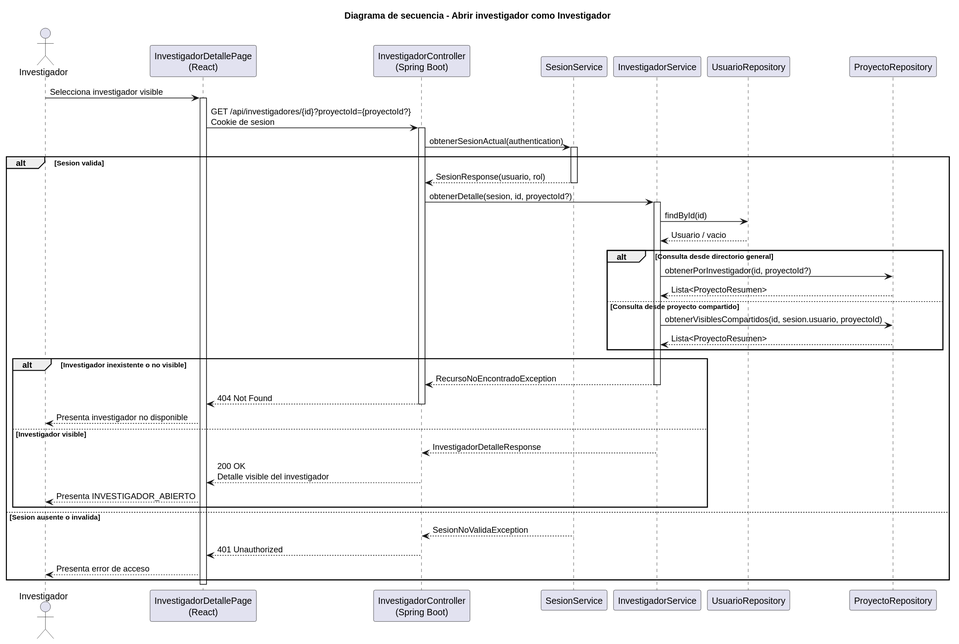
beatriizorozco/25-26-idsw2-sdVC keeps this PlantUML diagram as images/RUP/02-diseño/casos-uso/investigador/abrirInvestigador/secuencia.svg. Above is the earlier version.
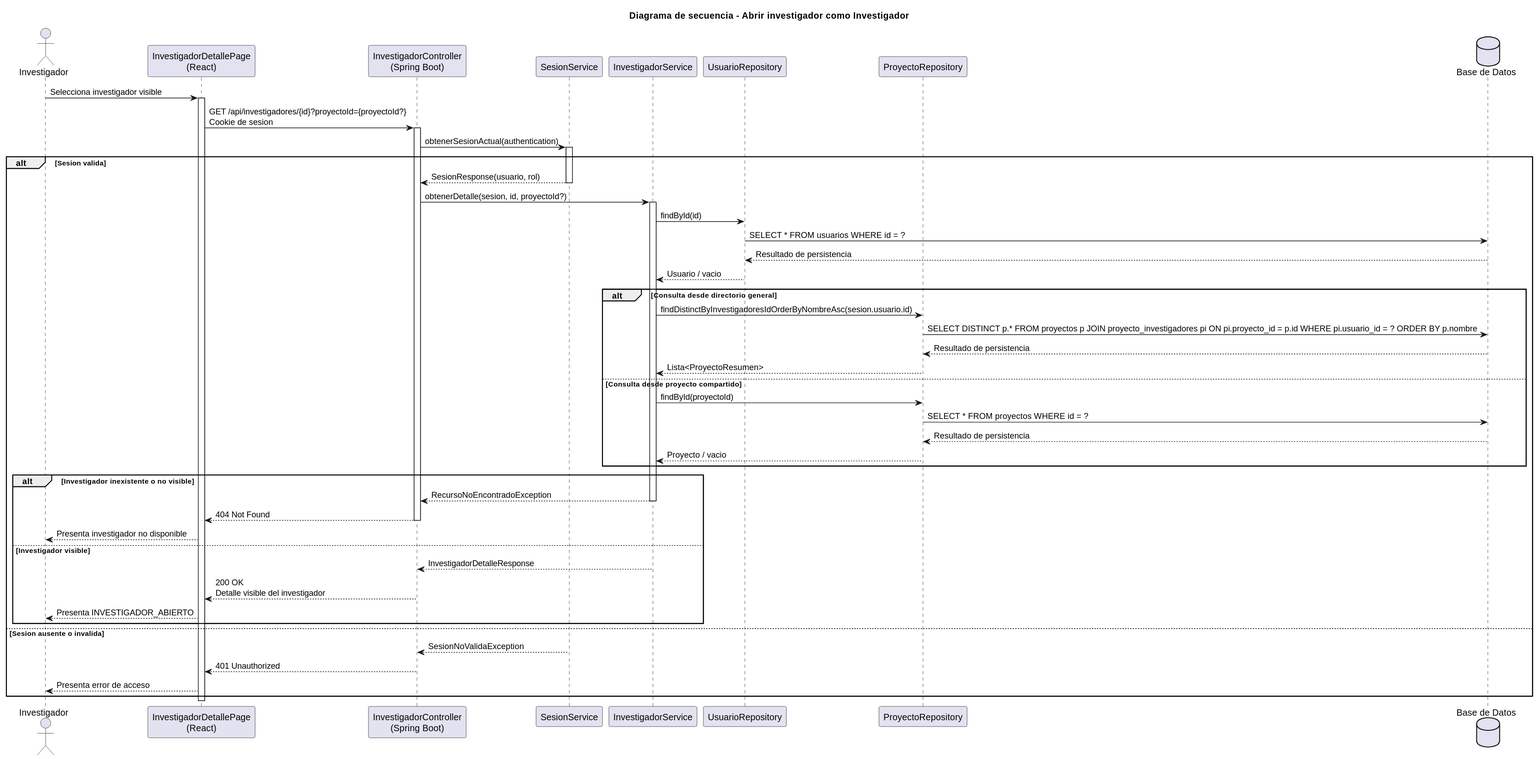
The same diagram one commit later.

Change to the diagram source:
```diff
@@ -8,6 +8,7 @@
 participant "InvestigadorService" as Service
 participant "UsuarioRepository" as UsuarioRepo
 participant "ProyectoRepository" as ProyectoRepo
+database "Base de Datos" as DB
 
 Investigador -> Frontend: Selecciona investigador visible
 activate Frontend
@@ -21,13 +22,19 @@
     Api -> Service: obtenerDetalle(sesion, id, proyectoId?)
     activate Service
     Service -> UsuarioRepo: findById(id)
+    UsuarioRepo -> DB: SELECT * FROM usuarios WHERE id = ?
+    DB --> UsuarioRepo: Resultado de persistencia
     UsuarioRepo --> Service: Usuario / vacio
     alt Consulta desde directorio general
-        Service -> ProyectoRepo: obtenerPorInvestigador(id, proyectoId?)
+        Service -> ProyectoRepo: findDistinctByInvestigadoresIdOrderByNombreAsc(sesion.usuario.id)
+        ProyectoRepo -> DB: SELECT DISTINCT p.* FROM proyectos p JOIN proyecto_investigadores pi ON pi.proyecto_id = p.id WHERE pi.usuario_id = ? ORDER BY p.nombre
+        DB --> ProyectoRepo: Resultado de persistencia
         ProyectoRepo --> Service: Lista<ProyectoResumen>
     else Consulta desde proyecto compartido
-        Service -> ProyectoRepo: obtenerVisiblesCompartidos(id, sesion.usuario, proyectoId)
-        ProyectoRepo --> Service: Lista<ProyectoResumen>
+        Service -> ProyectoRepo: findById(proyectoId)
+        ProyectoRepo -> DB: SELECT * FROM proyectos WHERE id = ?
+        DB --> ProyectoRepo: Resultado de persistencia
+        ProyectoRepo --> Service: Proyecto / vacio
     end
     alt Investigador inexistente o no visible
         Service --> Api: RecursoNoEncontradoException
```
